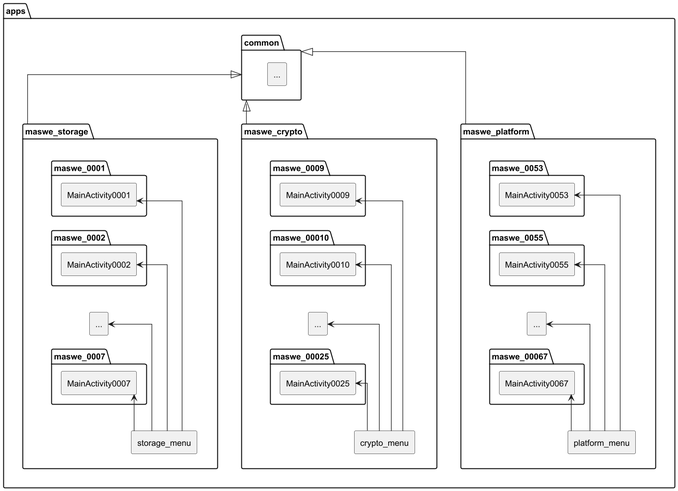
Before: dev_documents/BA_Thesis_Kronig/figures/design/high_level_view_system_architecture.png, a diagram exported from PlantUML (domi-cmd/Reference_Application_for_OWASP_MASTG). The source it was exported from:
```plantuml
@startuml
top to bottom direction
skinparam classAttributeIconSize 0
skinparam dpi 300
skinparam linetype ortho

package "apps" {
    package common {
        rectangle "..." as empty
    }

    package maswe_storage {
        rectangle storage_menu

        together {
               package maswe_0001 {
                   rectangle MainActivity0001
               }

               package maswe_0002 {
                   rectangle MainActivity0002
               }

               rectangle "..." as skipped

               package maswe_0007 {
                   rectangle MainActivity0007
               }
        }
    }

    package maswe_crypto {
        rectangle crypto_menu

        together {

            package maswe_0009 {
                rectangle MainActivity0009
            }

            package maswe_00010 {
                rectangle MainActivity0010
            }

            rectangle "..." as skipped2

            package maswe_00025 {
                rectangle MainActivity0025
            }
        }
    }

    package maswe_platform {
        rectangle platform_menu

        together {
            package maswe_0053 {
                rectangle MainActivity0053
            }

             package maswe_0055 {
                rectangle MainActivity0055
             }

                rectangle "..." as skipped3

            package maswe_00067 {
                rectangle MainActivity0067
            }
        }
    }
}

MainActivity0001 <-- storage_menu
MainActivity0002 <-- storage_menu
skipped <-- storage_menu
MainActivity0007 <-- storage_menu


MainActivity0009 <-- crypto_menu
MainActivity0010 <-- crypto_menu
skipped2 <-- crypto_menu
MainActivity0025 <-- crypto_menu


MainActivity0053 <-- platform_menu
MainActivity0055 <-- platform_menu
skipped3 <-- platform_menu
MainActivity0067 <-- platform_menu

MainActivity0001 -[hidden]down- MainActivity0002
MainActivity0002 -[hidden]down- skipped
skipped -[hidden]down- MainActivity0007

MainActivity0009 -[hidden]down- MainActivity0010
MainActivity0010 -[hidden]down- skipped2
skipped2 -[hidden]down- MainActivity0025

MainActivity0053 -[hidden]down- MainActivity0055
MainActivity0055 -[hidden]down- skipped3
skipped3 -[hidden]down- MainActivity0067



common <|-- maswe_storage
common <|-- maswe_crypto
common <|-- maswe_platform



@enduml
```
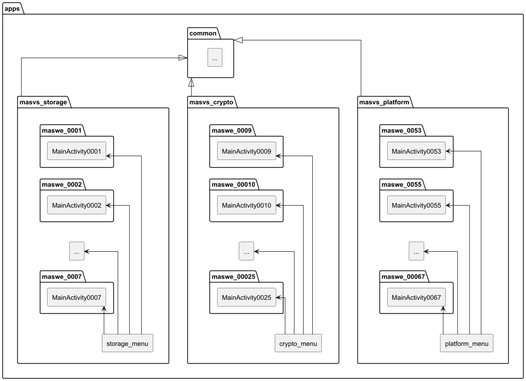
After the commit.

Change to the diagram source:
```diff
@@ -9,7 +9,7 @@
         rectangle "..." as empty
     }
 
-    package maswe_storage {
+    package masvs_storage {
         rectangle storage_menu
 
         together {
@@ -29,7 +29,7 @@
         }
     }
 
-    package maswe_crypto {
+    package masvs_crypto {
         rectangle crypto_menu
 
         together {
@@ -50,7 +50,7 @@
         }
     }
 
-    package maswe_platform {
+    package masvs_platform {
         rectangle platform_menu
 
         together {
@@ -102,9 +102,9 @@
 
 
 
-common <|-- maswe_storage
-common <|-- maswe_crypto
-common <|-- maswe_platform
+common <|-- masvs_storage
+common <|-- masvs_crypto
+common <|-- masvs_platform
 
 
 
```
